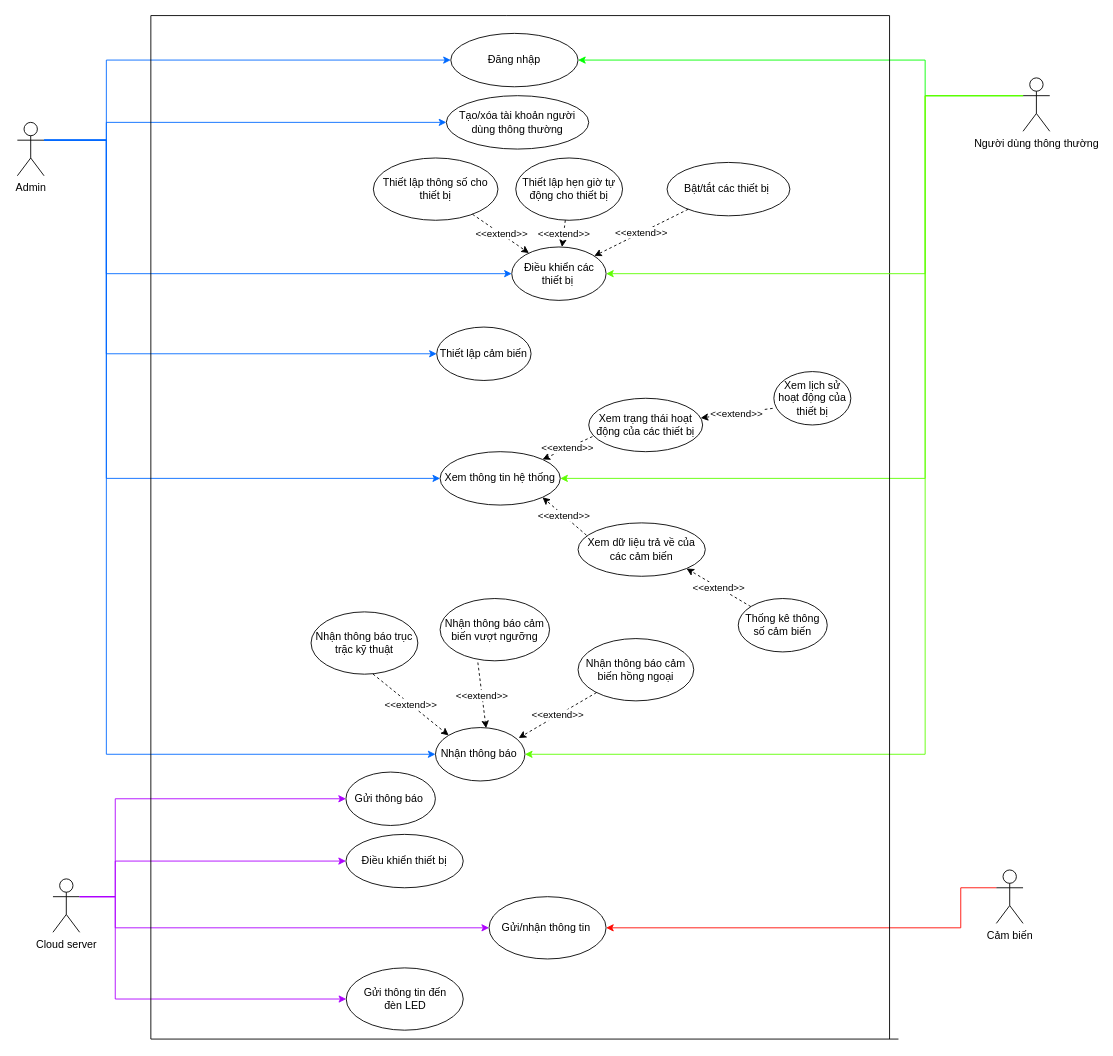
Above: Week 2/Use case diagram.drawio in astr0tas/Smart-Home-CNPM (draw.io), before the change. Source tidied: cells renumbered, new cells numbered last; positions are measured from the earlier drawing's top-left corner, leaving out a move shared by most shapes. Both pictures are drawn from the tidied source at 89%, with x=0, y=0 at pixel (17, 15).
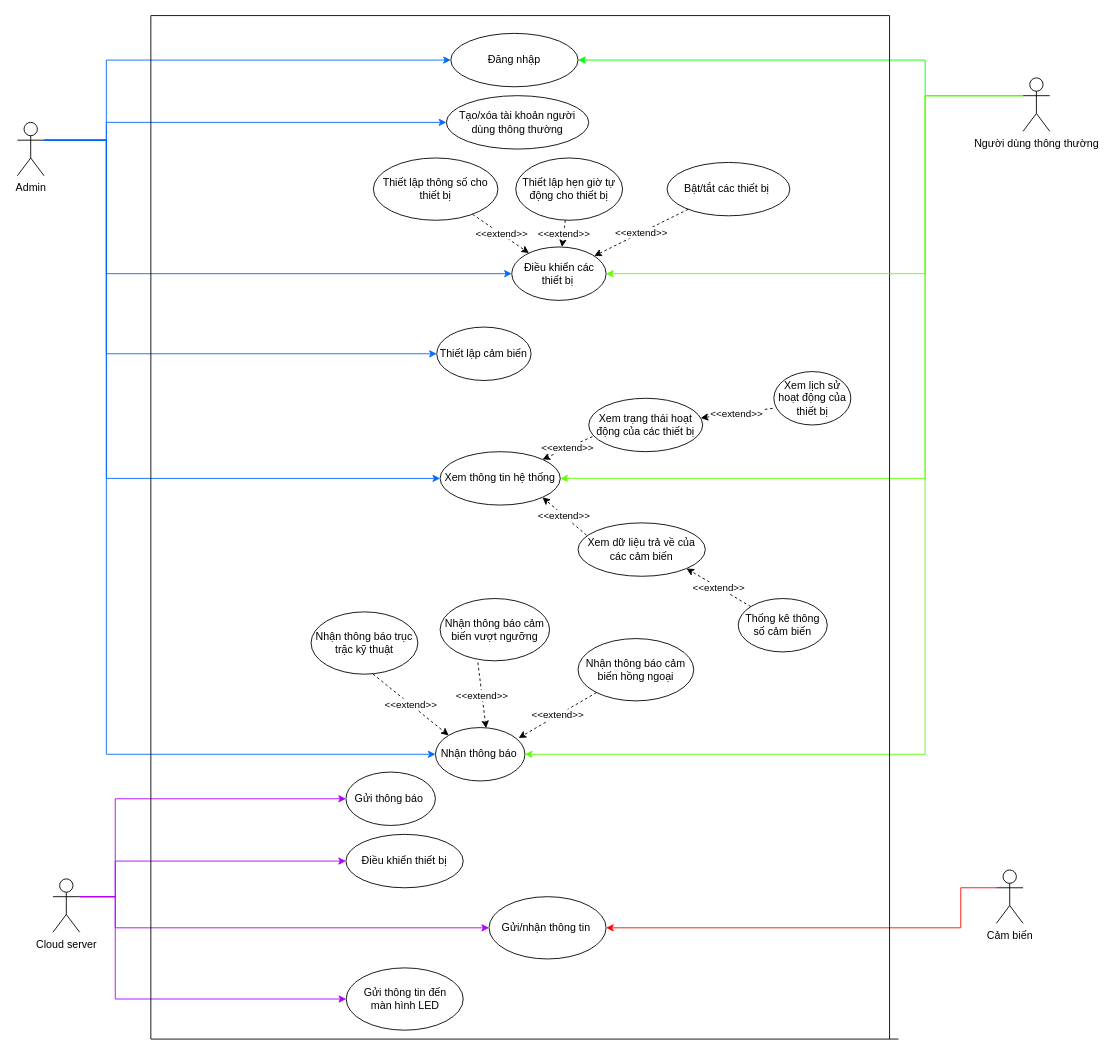
The same page after the edit.

Commit message:
Cập nhật Use case diagram.drawio

What changed in the source:
```diff
@@
-    <mxCell id="48" value="Gửi thông tin đến&lt;br&gt;đèn LED" style="ellipse;whiteSpace=wrap;html=1;" parent="1" vertex="1">
+    <mxCell id="48" value="Gửi thông tin đến&lt;br&gt;màn hình LED" style="ellipse;whiteSpace=wrap;html=1;" parent="1" vertex="1">
       <mxGeometry x="369.5" y="1070" width="131.5" height="70" as="geometry" />
     </mxCell>
```
